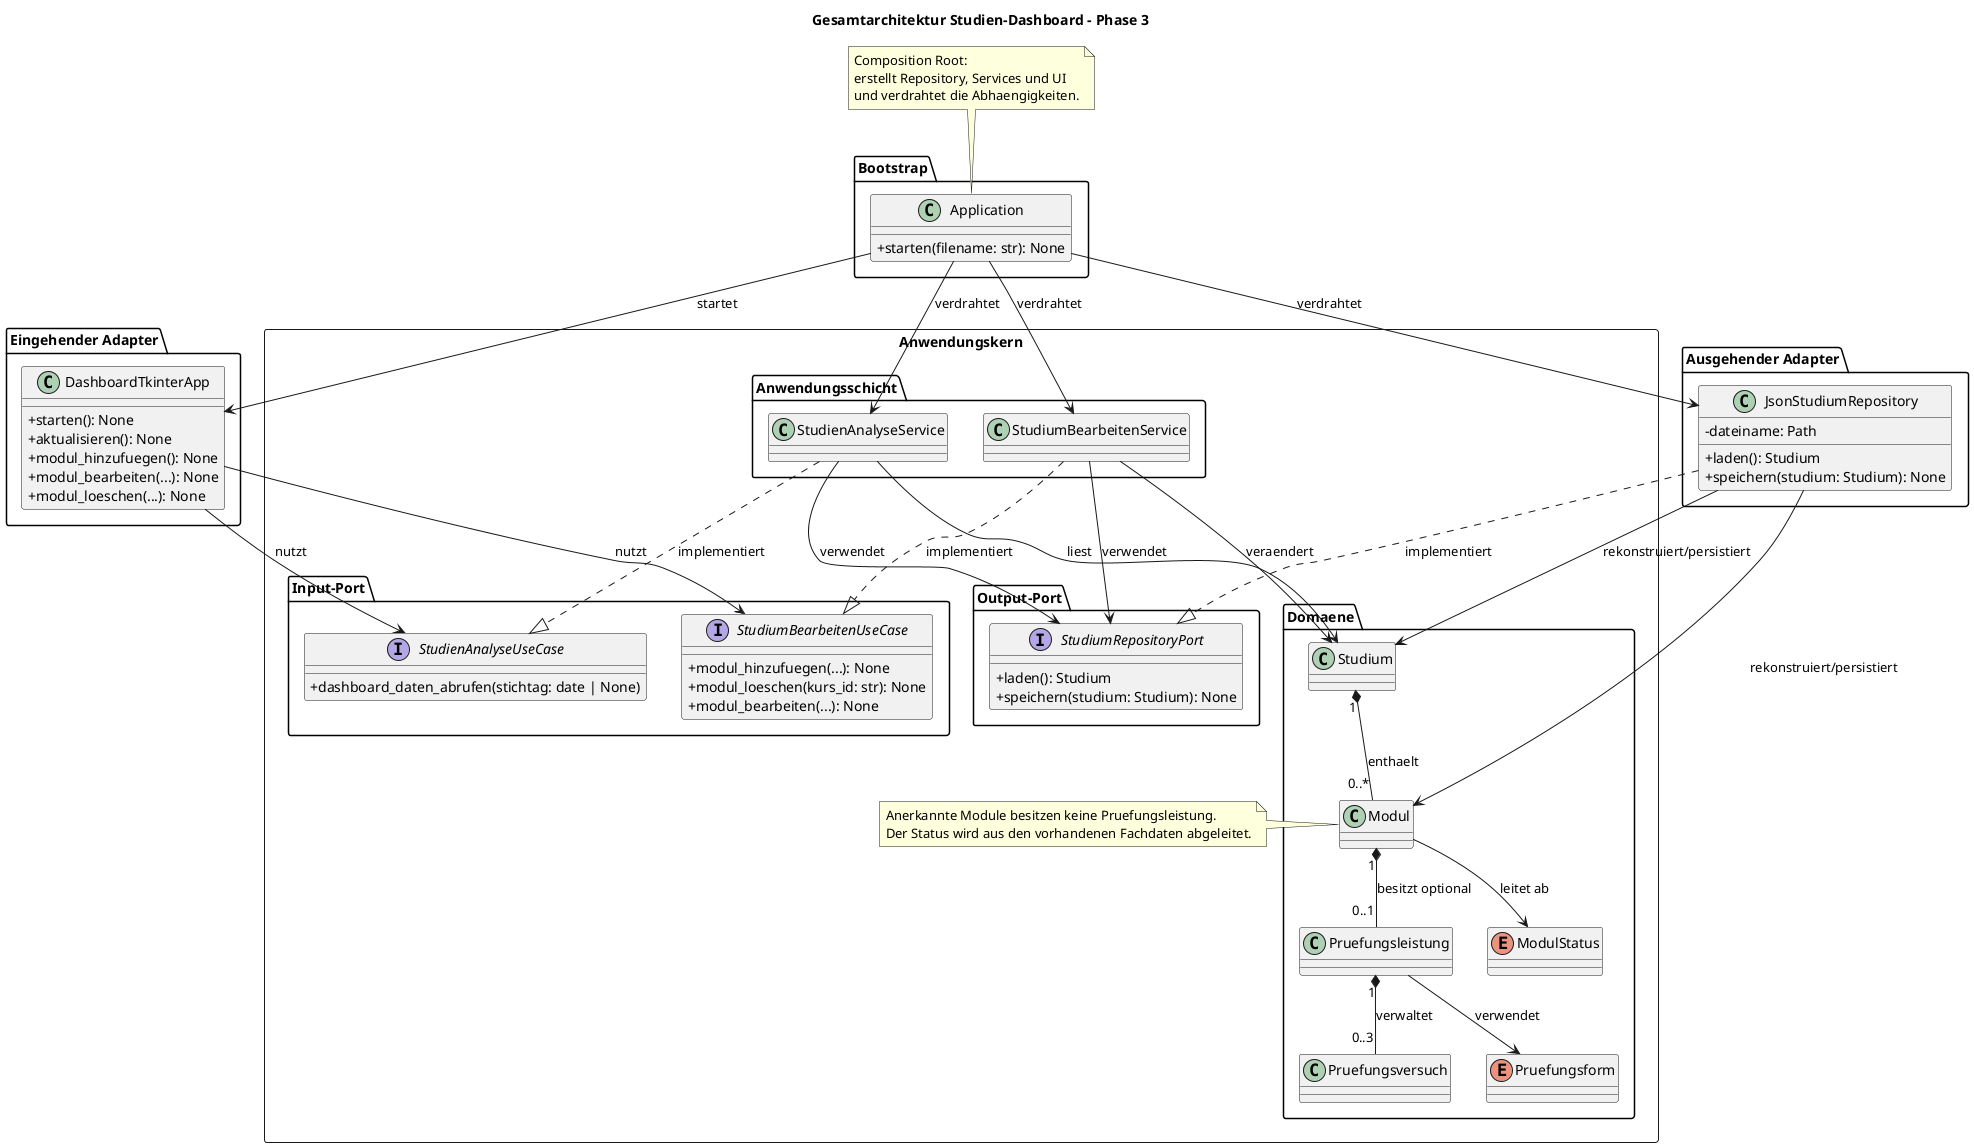
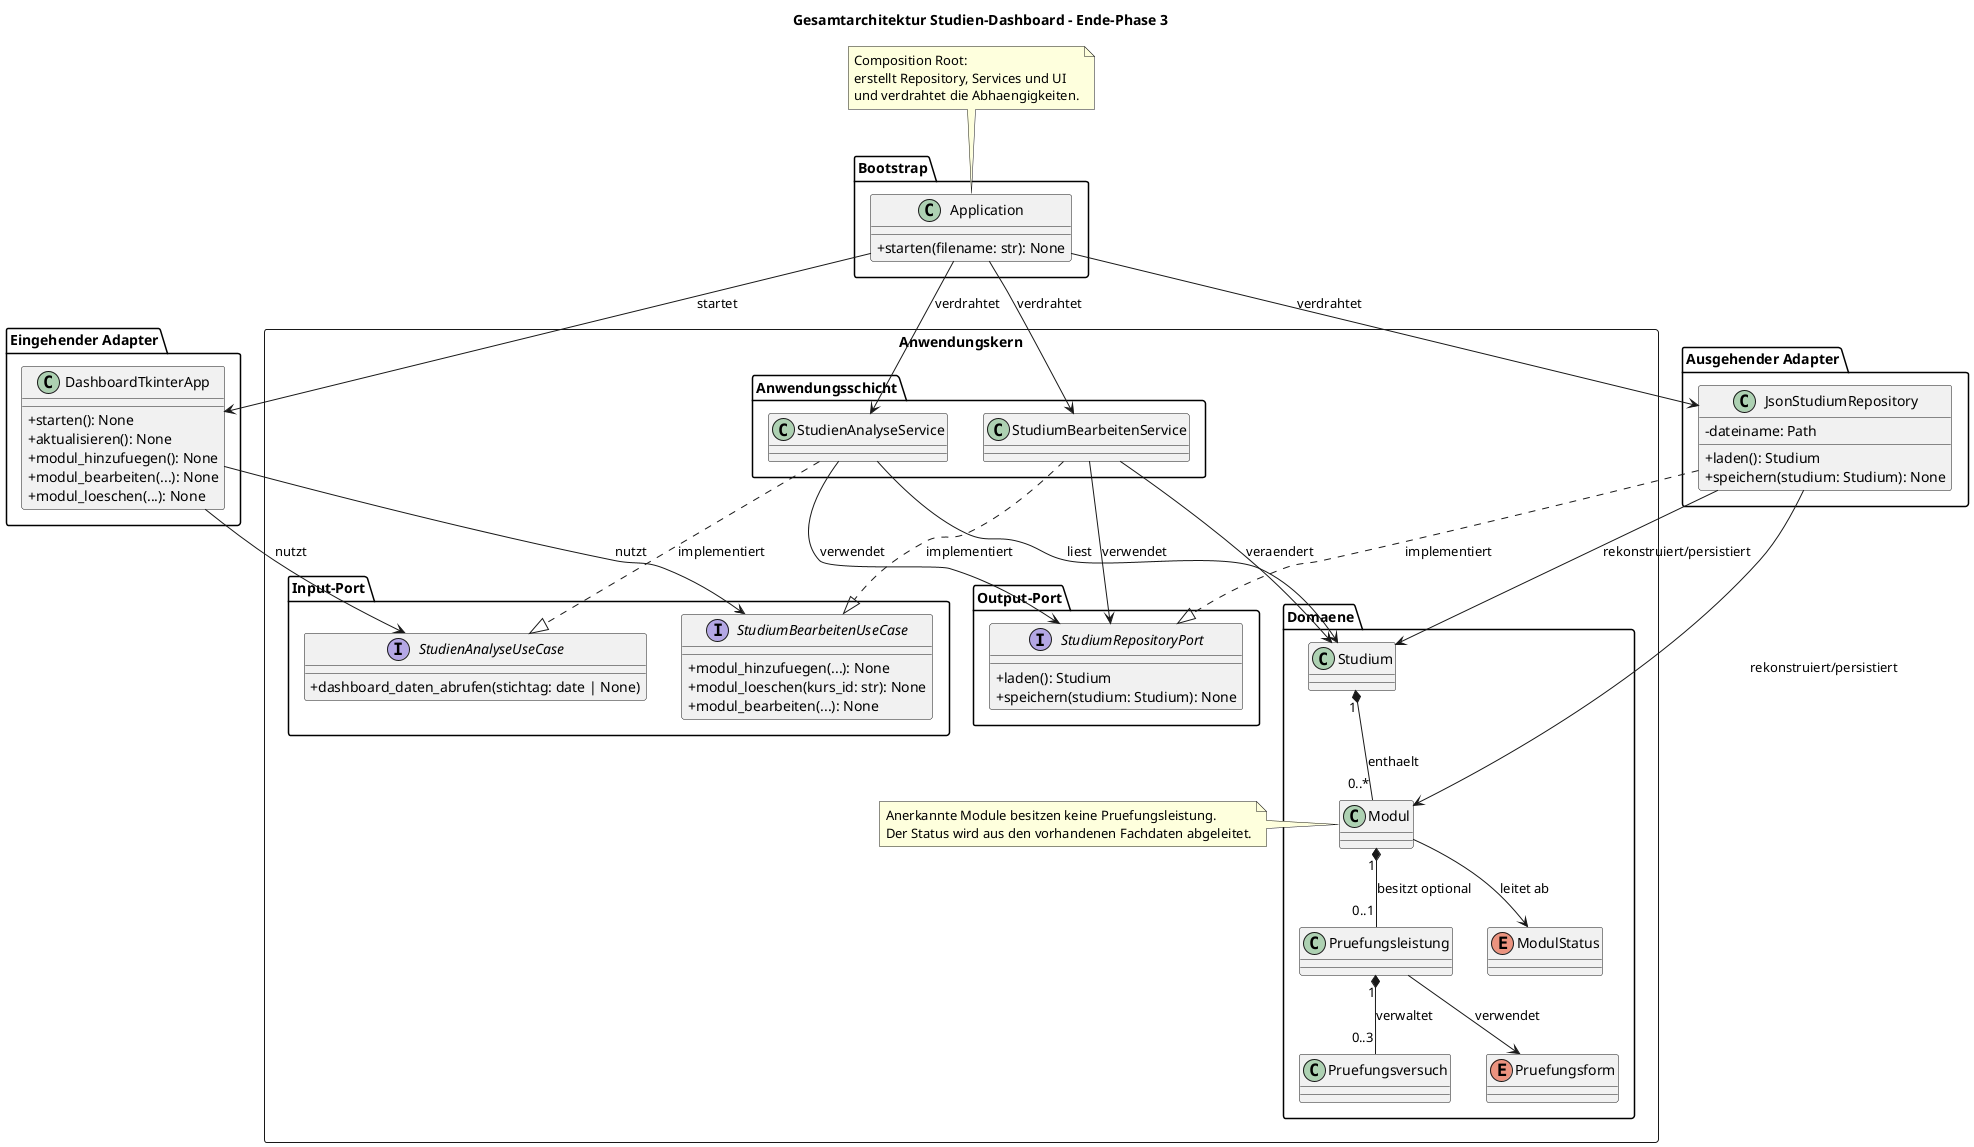
- @startuml
+ @startuml Gesamtarchitektur
skinparam classAttributeIconSize 0
top to bottom direction

- title Gesamtarchitektur Studien-Dashboard - Phase 3
+ title Gesamtarchitektur Studien-Dashboard - Ende-Phase 3

package "Bootstrap" {
  class Application {
    + starten(filename: str): None
  }
}

package "Eingehender Adapter" {
  class DashboardTkinterApp {
    + starten(): None
    + aktualisieren(): None
    + modul_hinzufuegen(): None
    + modul_bearbeiten(...): None
    + modul_loeschen(...): None
  }
}

package "Ausgehender Adapter" {
  class JsonStudiumRepository {
    - dateiname: Path
    + laden(): Studium
    + speichern(studium: Studium): None
  }
}

rectangle "Anwendungskern" {
  package "Input-Port" {
    interface StudienAnalyseUseCase {
      + dashboard_daten_abrufen(stichtag: date | None)
    }

    interface StudiumBearbeitenUseCase {
      + modul_hinzufuegen(...): None
      + modul_loeschen(kurs_id: str): None
      + modul_bearbeiten(...): None
    }
  }

  package "Anwendungsschicht" {
    class StudienAnalyseService
    class StudiumBearbeitenService
  }

  package "Output-Port" {
    interface StudiumRepositoryPort {
      + laden(): Studium
      + speichern(studium: Studium): None
    }
  }

  package "Domaene" {
    class Studium
    class Modul
    class Pruefungsleistung
    class Pruefungsversuch

    enum ModulStatus
    enum Pruefungsform
  }
  note right of Modul
    Anerkannte Module besitzen keine Pruefungsleistung.
    Der Status wird aus den vorhandenen Fachdaten abgeleitet.
  end note

}

Application --> DashboardTkinterApp : startet
Application --> StudienAnalyseService : verdrahtet
Application --> StudiumBearbeitenService : verdrahtet
Application --> JsonStudiumRepository : verdrahtet

DashboardTkinterApp --> StudienAnalyseUseCase : nutzt
DashboardTkinterApp --> StudiumBearbeitenUseCase : nutzt

StudienAnalyseService ..|> StudienAnalyseUseCase : implementiert
StudiumBearbeitenService ..|> StudiumBearbeitenUseCase : implementiert

StudienAnalyseService --> StudiumRepositoryPort : verwendet
StudiumBearbeitenService --> StudiumRepositoryPort : verwendet
JsonStudiumRepository ..|> StudiumRepositoryPort : implementiert
JsonStudiumRepository --> Studium : rekonstruiert/persistiert
JsonStudiumRepository --> Modul : rekonstruiert/persistiert

StudienAnalyseService --> Studium : liest
StudiumBearbeitenService --> Studium : veraendert

Studium "1" *-- "0..*" Modul : enthaelt
Modul "1" *-- "0..1" Pruefungsleistung : besitzt optional
Pruefungsleistung "1" *-- "0..3" Pruefungsversuch : verwaltet

Modul --> ModulStatus : leitet ab
Pruefungsleistung --> Pruefungsform : verwendet

note top of Application
  Composition Root:
  erstellt Repository, Services und UI
  und verdrahtet die Abhaengigkeiten.
end note

@enduml
